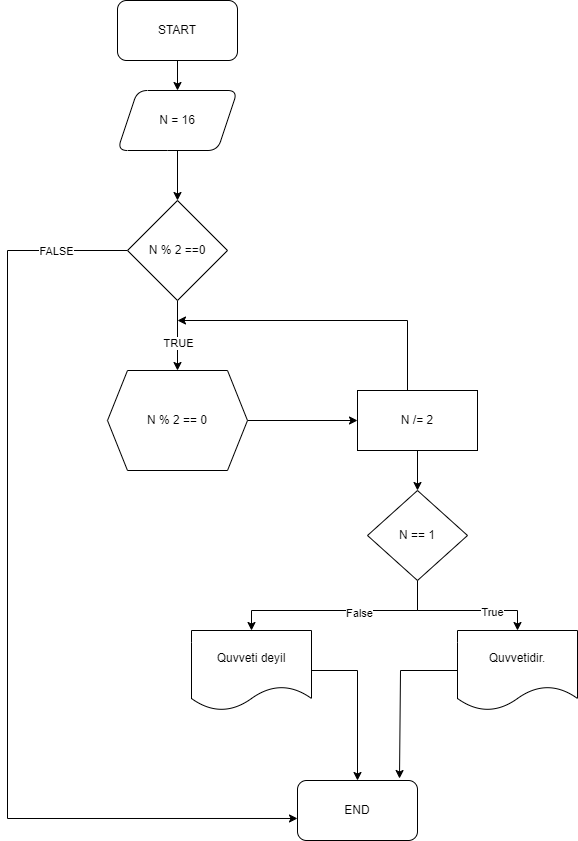
Earlier version of the draw.io export task3.png (Kamran-Zeynalov/Algoritm). Source tidied: cells renumbered, new cells last; positions are measured from the earlier drawing's top-left corner, leaving out a move shared by most shapes.
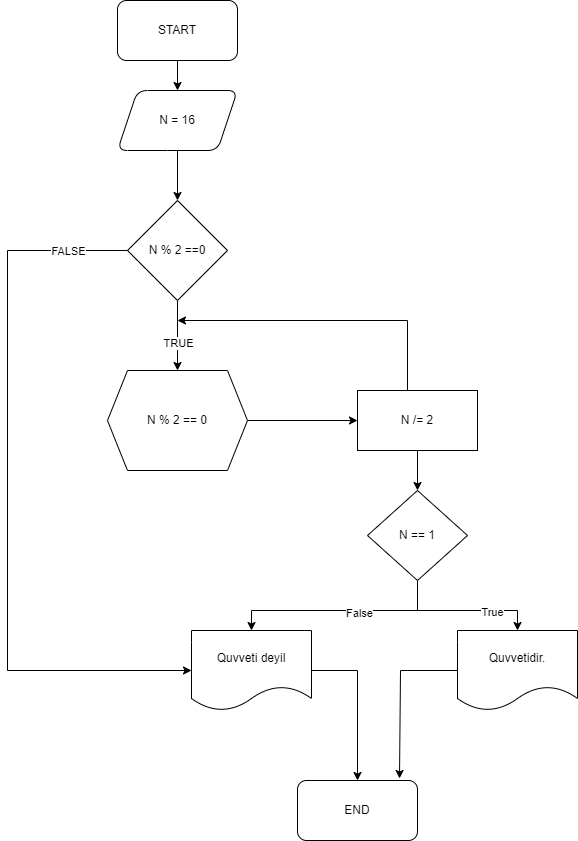
The same file after the commit.

Change to the diagram source:
```diff
@@ -20,11 +20,11 @@
     <mxCell id="7" value="TRUE" style="edgeLabel;html=1;align=center;verticalAlign=middle;" parent="6" vertex="1">
       <mxGeometry x="0.2" relative="1" as="geometry" />
     </mxCell>
-    <mxCell id="8" style="edgeStyle=orthogonalEdgeStyle;rounded=0;jettySize=auto;html=1;entryX=0;entryY=0.633;entryDx=0;entryDy=0;entryPerimeter=0;" parent="1" edge="1" source="10" target="22">
+    <mxCell id="8" style="edgeStyle=orthogonalEdgeStyle;rounded=0;jettySize=auto;html=1;entryX=0;entryY=0.5;entryDx=0;entryDy=0;" parent="1" edge="1" source="10" target="21">
       <mxGeometry relative="1" as="geometry">
         <Array as="points">
           <mxPoint y="250" />
-          <mxPoint y="818" />
+          <mxPoint y="670" />
         </Array>
       </mxGeometry>
     </mxCell>
```
